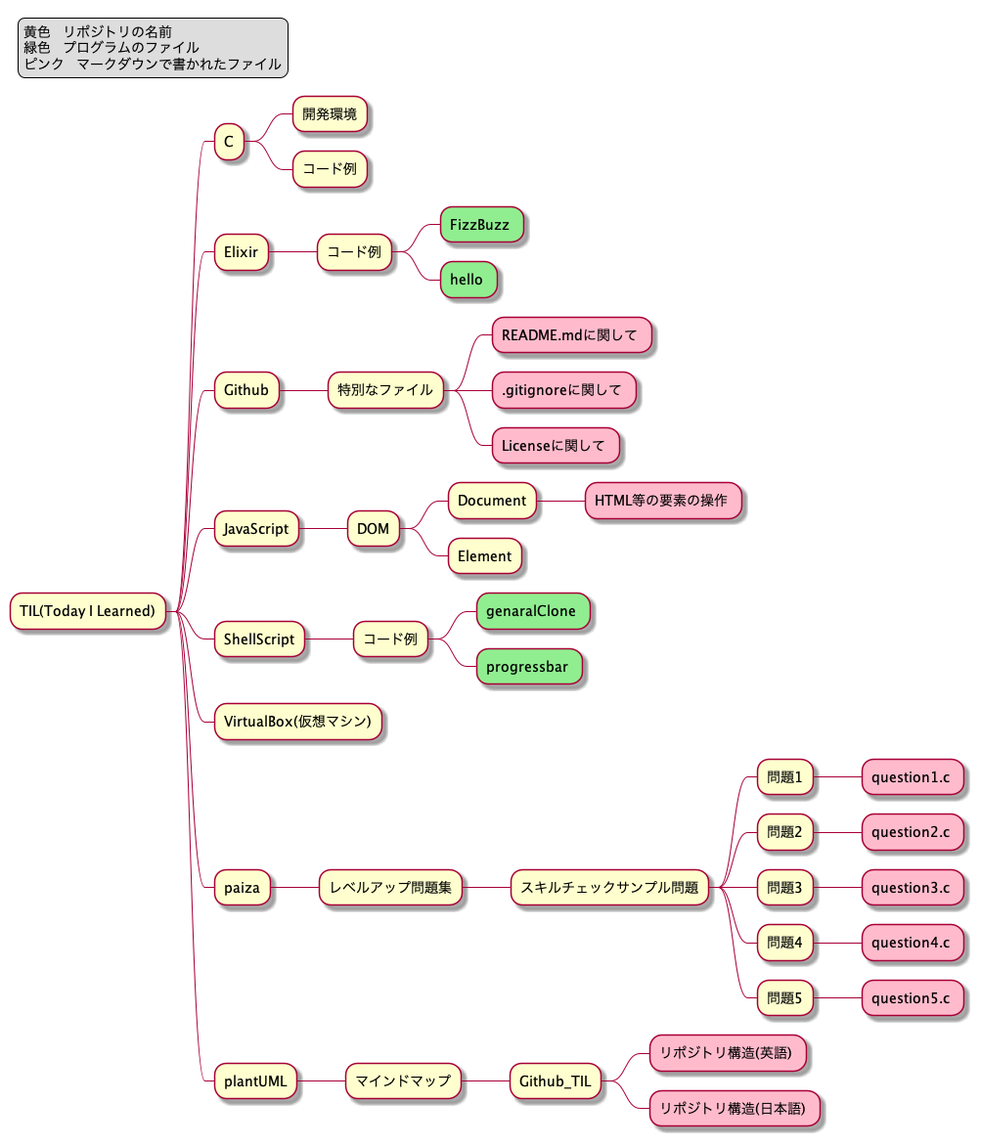
Before: RepositoryStructureJ.png, a diagram exported from PlantUML (sudo-roa/TIL).
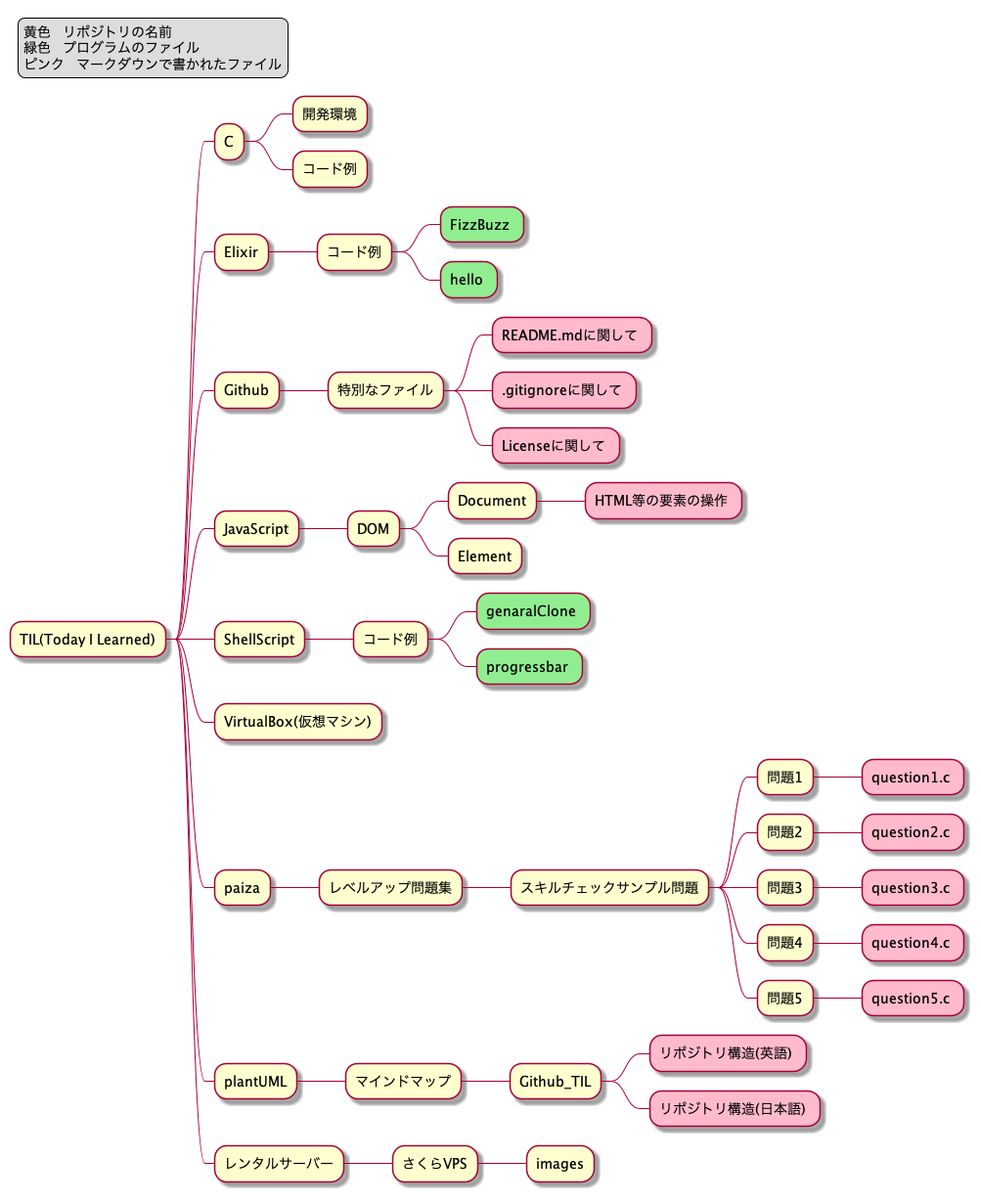
The same diagram one commit later.

Commit message:
update repository structure

The edit, as a diff of the source:
```diff
@@ -61,6 +61,10 @@
 ***** リポジトリ構造(英語) <<rose>>
 ***** リポジトリ構造(日本語) <<rose>>
 
+** レンタルサーバー
+*** さくらVPS
+**** images
+
 legend top left
     黄色 : リポジトリの名前
     緑色 : プログラムのファイル
```
